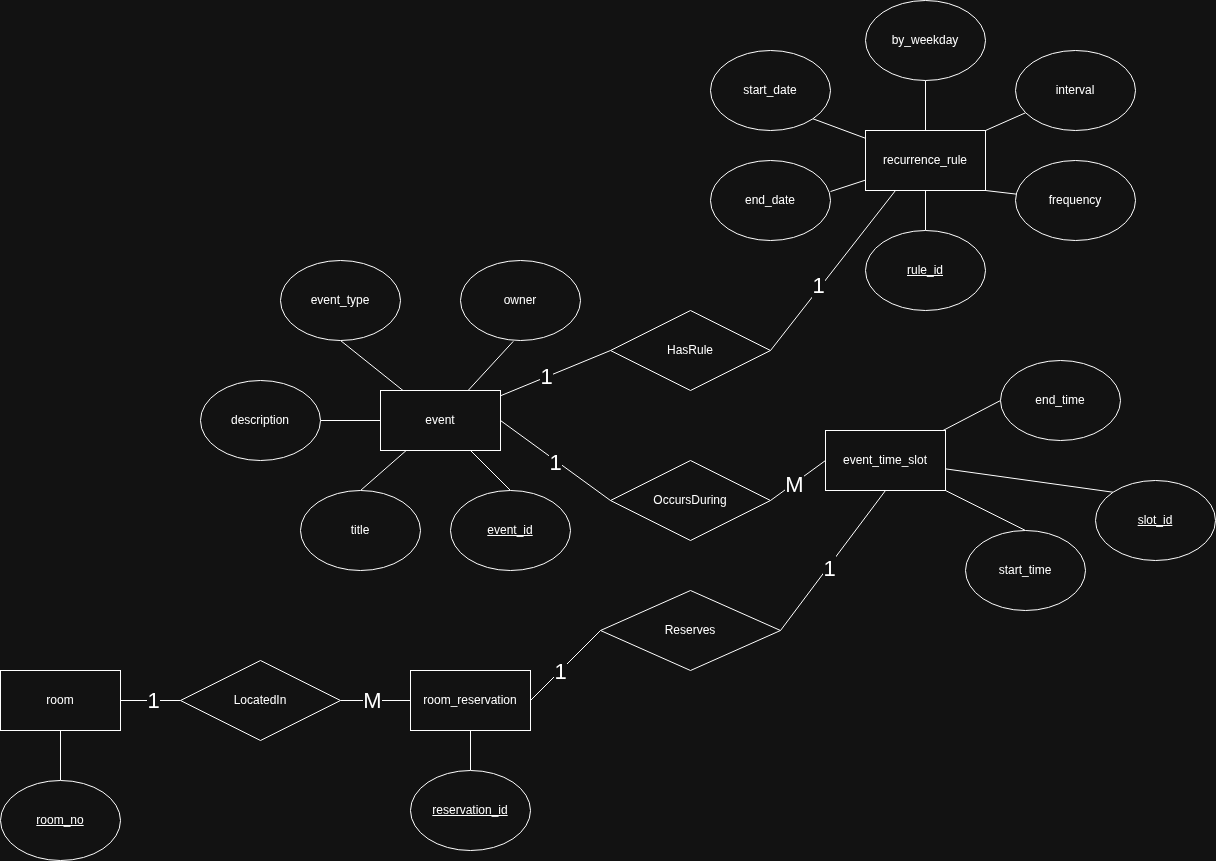
Above: Extra/Room_Scheduling.drawio.png in rusty-trim/classroom-scheduling-app (draw.io), before the change. Source tidied: cells renumbered, new cells last; positions are measured from the earlier drawing's top-left corner, leaving out a move shared by most shapes.
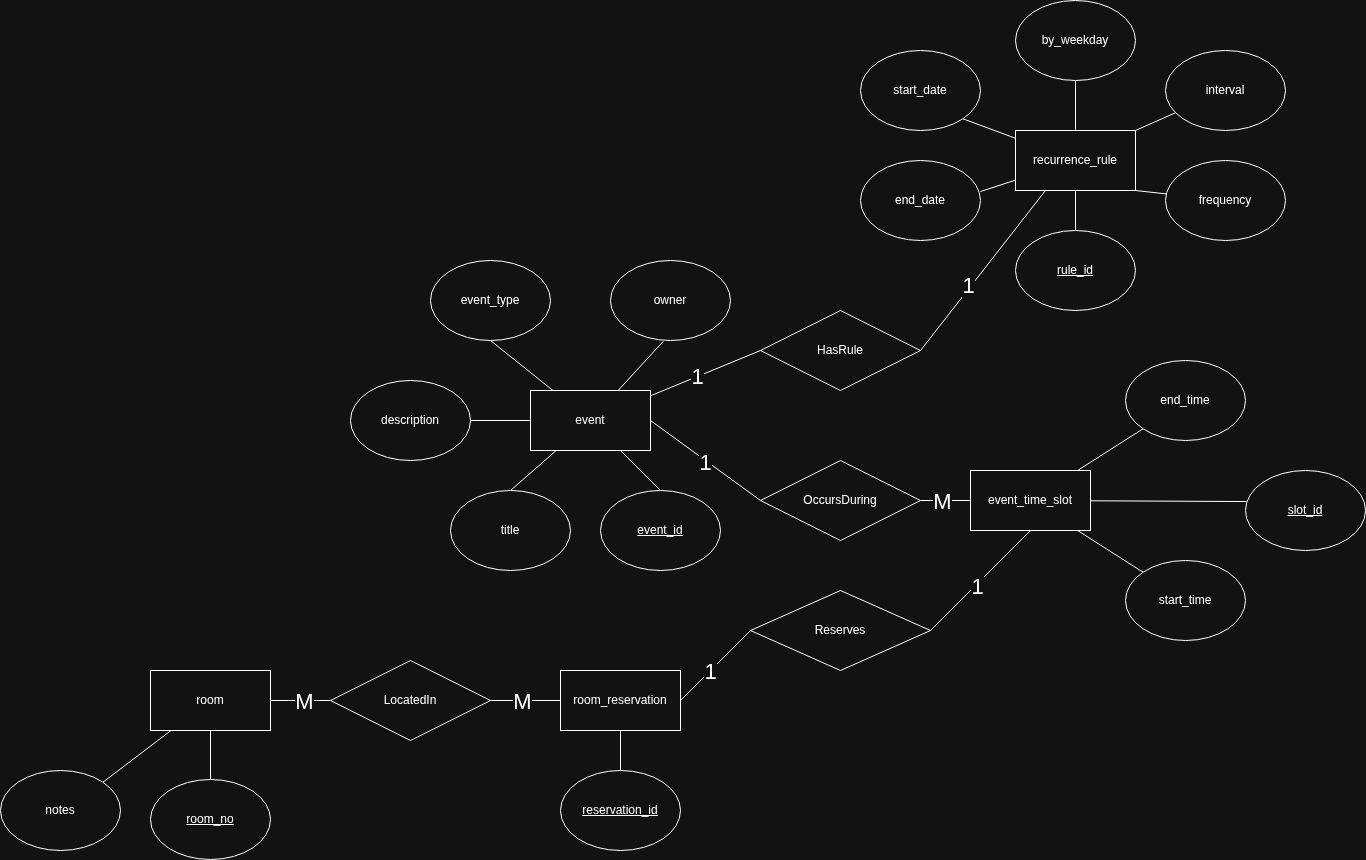
After the change.

What changed in the source:
```diff
@@ -5,6 +5,9 @@
     <mxCell id="2" style="rounded=0;jettySize=auto;html=1;entryX=0.5;entryY=0;entryDx=0;entryDy=0;endArrow=none;endFill=0;" parent="1" edge="1" source="3" target="11">
       <mxGeometry relative="1" as="geometry" />
     </mxCell>
+    <mxCell id="59" style="rounded=0;jettySize=auto;html=1;entryX=1;entryY=0;entryDx=0;entryDy=0;endArrow=none;endFill=0;" parent="1" edge="1" source="3" target="60">
+      <mxGeometry relative="1" as="geometry" />
+    </mxCell>
     <mxCell id="3" value="room" style="rounded=0;whiteSpace=wrap;html=1;" parent="1" vertex="1">
       <mxGeometry y="670" width="120" height="60" as="geometry" />
     </mxCell>
@@ -30,7 +33,7 @@
       <mxGeometry x="380" y="390" width="120" height="60" as="geometry" />
     </mxCell>
     <mxCell id="11" value="room_no" style="ellipse;whiteSpace=wrap;html=1;fontStyle=4;" parent="1" vertex="1">
-      <mxGeometry y="780" width="120" height="80" as="geometry" />
+      <mxGeometry y="779" width="120" height="80" as="geometry" />
     </mxCell>
     <mxCell id="12" value="title" style="ellipse;whiteSpace=wrap;html=1;" parent="1" vertex="1">
       <mxGeometry x="300" y="490" width="120" height="80" as="geometry" />
@@ -41,29 +44,29 @@
     <mxCell id="14" value="event_id" style="ellipse;whiteSpace=wrap;html=1;fontStyle=4;" parent="1" vertex="1">
       <mxGeometry x="450" y="490" width="120" height="80" as="geometry" />
     </mxCell>
-    <mxCell id="15" style="rounded=0;jettySize=auto;html=1;entryX=0;entryY=0;entryDx=0;entryDy=0;endArrow=none;endFill=0;" parent="1" edge="1" source="18" target="19">
+    <mxCell id="15" style="rounded=0;jettySize=auto;html=1;entryX=0.008;entryY=0.388;entryDx=0;entryDy=0;endArrow=none;endFill=0;entryPerimeter=0;" parent="1" edge="1" source="18" target="19">
       <mxGeometry relative="1" as="geometry" />
     </mxCell>
-    <mxCell id="16" style="rounded=0;jettySize=auto;html=1;entryX=0.5;entryY=0;entryDx=0;entryDy=0;endArrow=none;endFill=0;" parent="1" edge="1" source="18" target="21">
+    <mxCell id="16" style="rounded=0;jettySize=auto;html=1;entryX=0;entryY=0;entryDx=0;entryDy=0;endArrow=none;endFill=0;" parent="1" edge="1" source="18" target="21">
       <mxGeometry relative="1" as="geometry" />
     </mxCell>
-    <mxCell id="17" style="rounded=0;jettySize=auto;html=1;entryX=0;entryY=0.5;entryDx=0;entryDy=0;endArrow=none;endFill=0;" parent="1" edge="1" source="18" target="22">
+    <mxCell id="17" style="rounded=0;jettySize=auto;html=1;entryX=0;entryY=1;entryDx=0;entryDy=0;endArrow=none;endFill=0;" parent="1" edge="1" source="18" target="22">
       <mxGeometry relative="1" as="geometry" />
     </mxCell>
     <mxCell id="18" value="event_time_slot" style="rounded=0;whiteSpace=wrap;html=1;" parent="1" vertex="1">
-      <mxGeometry x="825" y="430" width="120" height="60" as="geometry" />
+      <mxGeometry x="820" y="470" width="120" height="60" as="geometry" />
     </mxCell>
     <mxCell id="19" value="slot_id" style="ellipse;whiteSpace=wrap;html=1;fontStyle=4;" parent="1" vertex="1">
-      <mxGeometry x="1095" y="480" width="120" height="80" as="geometry" />
+      <mxGeometry x="1095" y="470" width="120" height="80" as="geometry" />
     </mxCell>
     <mxCell id="20" value="event_type" style="ellipse;whiteSpace=wrap;html=1;" parent="1" vertex="1">
       <mxGeometry x="280" y="260" width="120" height="80" as="geometry" />
     </mxCell>
     <mxCell id="21" value="start_time" style="ellipse;whiteSpace=wrap;html=1;" parent="1" vertex="1">
-      <mxGeometry x="965" y="530" width="120" height="80" as="geometry" />
+      <mxGeometry x="975" y="560" width="120" height="80" as="geometry" />
     </mxCell>
     <mxCell id="22" value="end_time" style="ellipse;whiteSpace=wrap;html=1;" parent="1" vertex="1">
-      <mxGeometry x="1000" y="360" width="120" height="80" as="geometry" />
+      <mxGeometry x="975" y="360" width="120" height="80" as="geometry" />
     </mxCell>
     <mxCell id="23" style="rounded=0;jettySize=auto;html=1;entryX=1;entryY=0.5;entryDx=0;entryDy=0;endArrow=none;endFill=0;exitX=0;exitY=0.5;exitDx=0;exitDy=0;" parent="1" edge="1" source="27" target="10">
       <mxGeometry relative="1" as="geometry" />
@@ -92,7 +95,7 @@
     <mxCell id="31" style="rounded=0;jettySize=auto;html=1;entryX=1;entryY=0.5;entryDx=0;entryDy=0;endArrow=none;endFill=0;" parent="1" edge="1" source="35" target="3">
       <mxGeometry relative="1" as="geometry" />
     </mxCell>
-    <mxCell id="32" value="&lt;font style=&quot;font-size: 22px;&quot;&gt;1&lt;/font&gt;" style="edgeLabel;html=1;align=center;verticalAlign=middle;" parent="31" vertex="1">
+    <mxCell id="32" value="M" style="edgeLabel;html=1;align=center;verticalAlign=middle;fontSize=22;" parent="31" vertex="1">
       <mxGeometry x="-0.09" y="1" relative="1" as="geometry" />
     </mxCell>
     <mxCell id="33" style="rounded=0;jettySize=auto;html=1;entryX=0;entryY=0.5;entryDx=0;entryDy=0;endArrow=none;endFill=0;" parent="1" edge="1" source="35" target="29">
@@ -175,5 +178,8 @@
     <mxCell id="58" value="HasRule" style="rhombus;whiteSpace=wrap;html=1;" parent="1" vertex="1">
       <mxGeometry x="610" y="310" width="160" height="80" as="geometry" />
     </mxCell>
+    <mxCell id="60" value="notes" style="ellipse;whiteSpace=wrap;html=1;" parent="1" vertex="1">
+      <mxGeometry x="-150" y="770" width="120" height="80" as="geometry" />
+    </mxCell>
   </root>
 </mxGraphModel>
```
